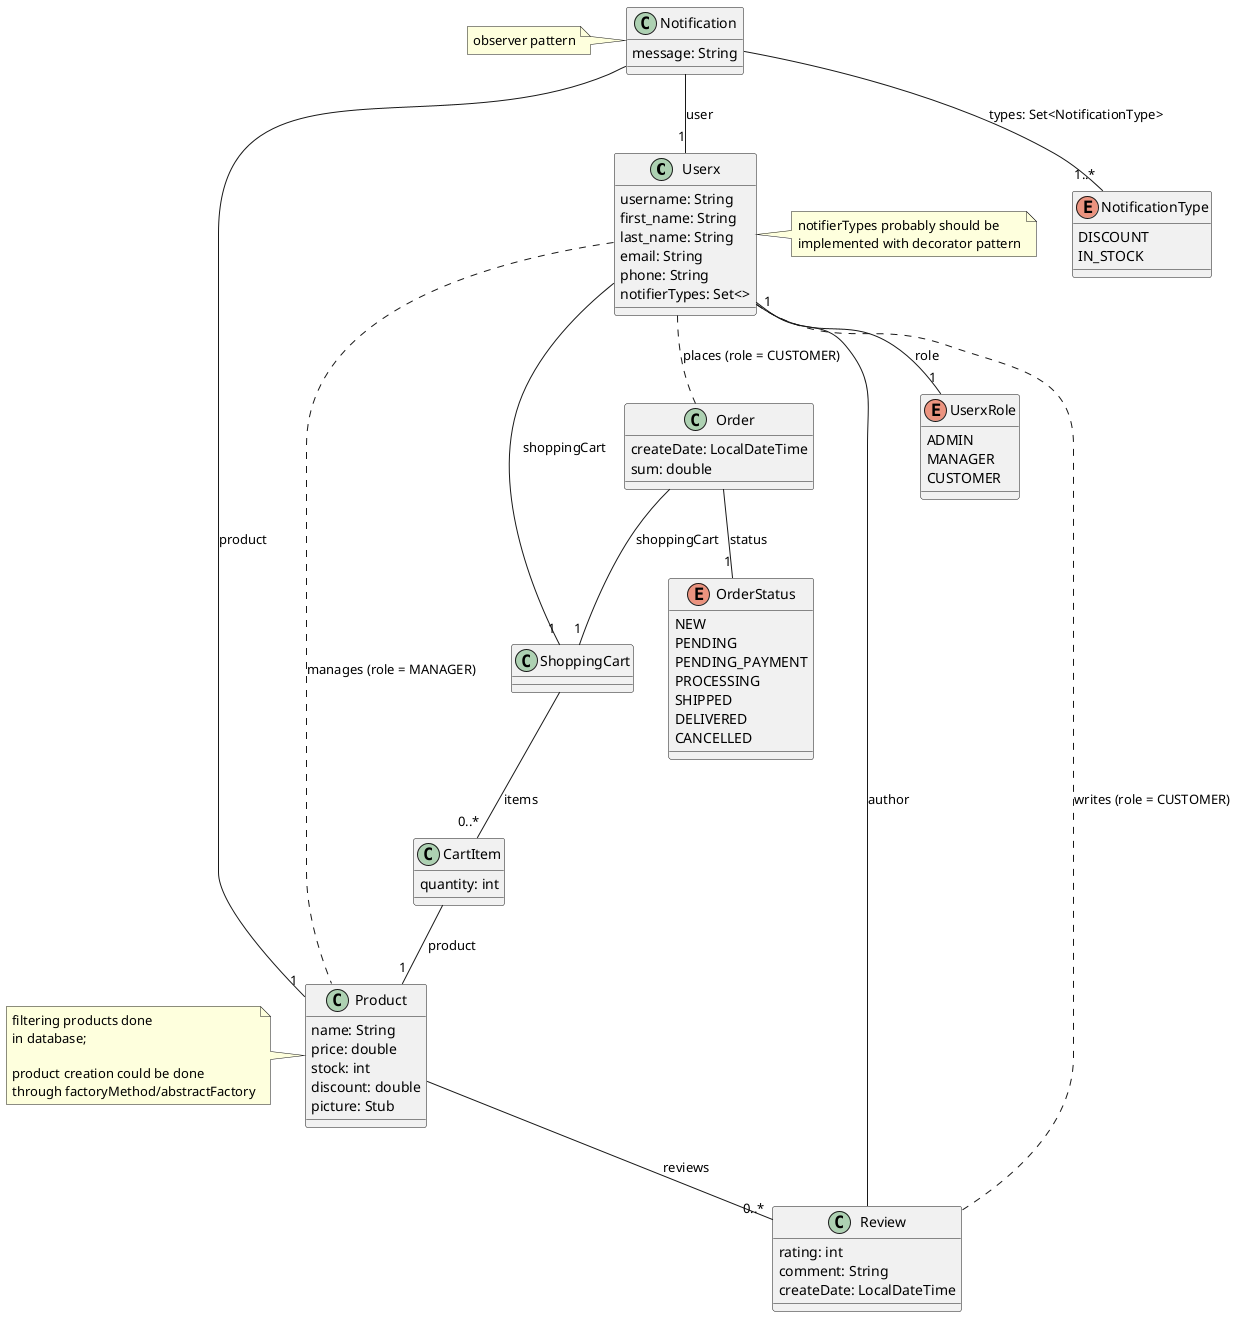
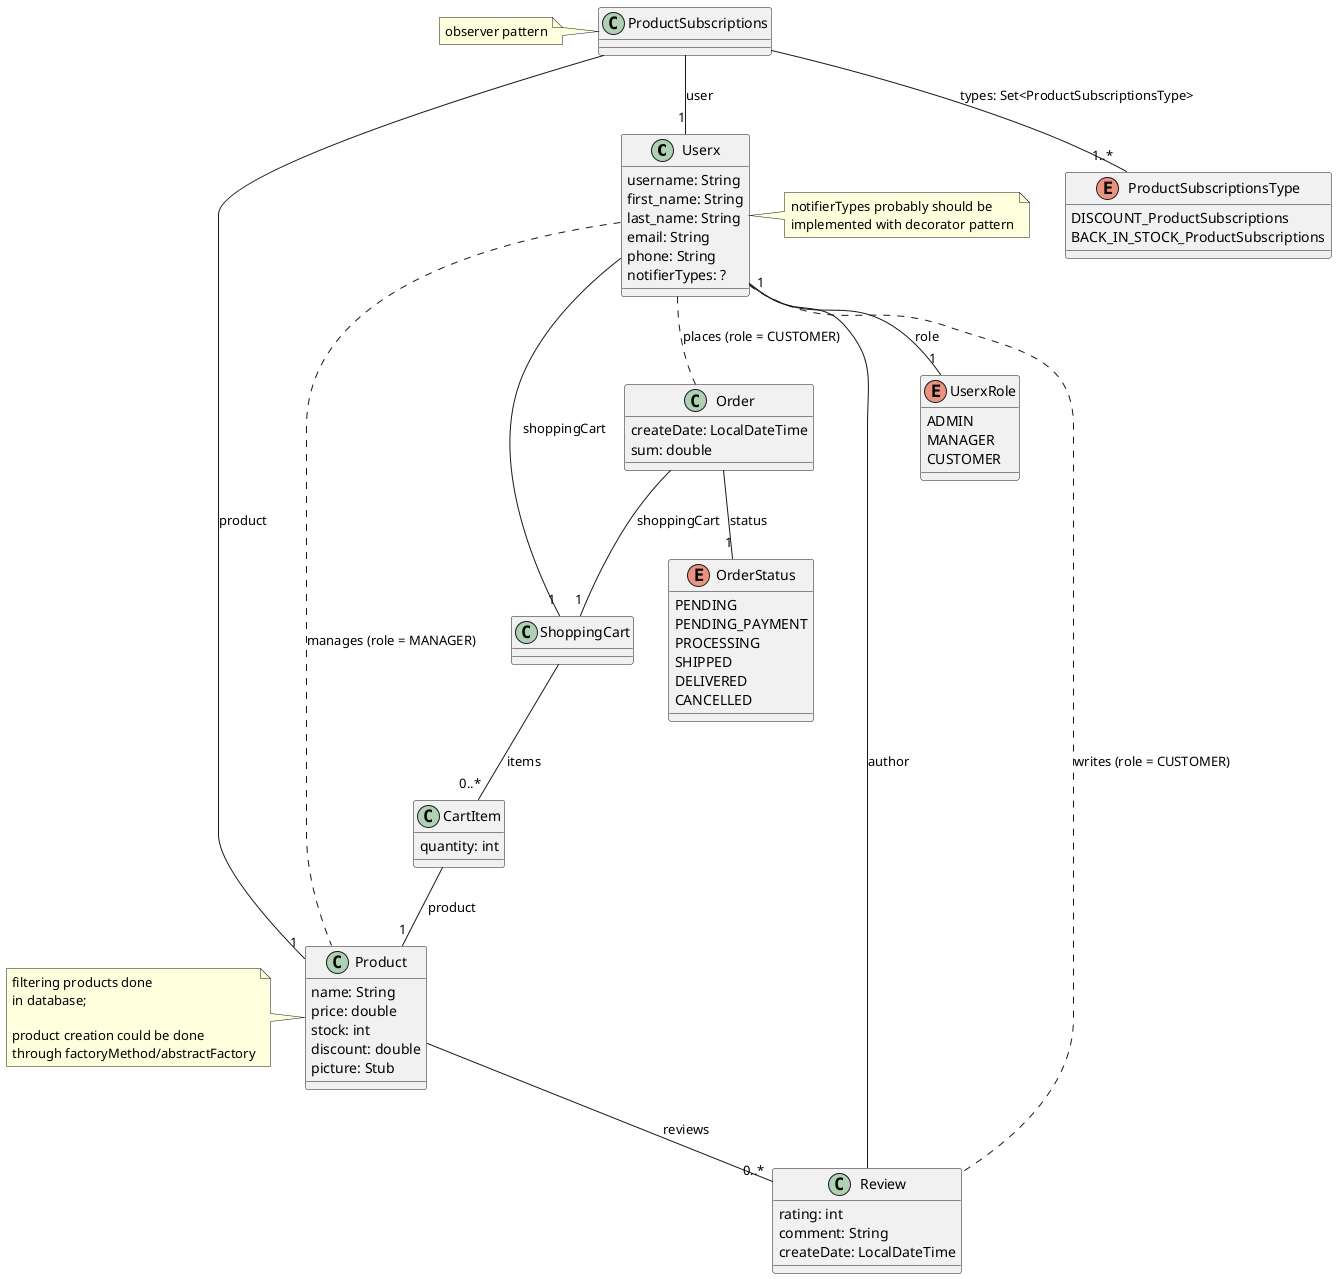
@startuml

class Userx {
    username: String
    first_name: String
    last_name: String
    email: String
    phone: String
-     notifierTypes: Set<>
+     notifierTypes: ?
}
note right
    notifierTypes probably should be
    implemented with decorator pattern
end note

enum UserxRole {
    ADMIN
    MANAGER
    CUSTOMER
}

class Product {
    name: String
    price: double
    stock: int
    discount: double /'in interval [0, 1] 0 -> 0%, 1 -> 100% discount'/
    picture: Stub
}
note left
    filtering products done
    in database;

    product creation could be done
    through factoryMethod/abstractFactory
end note

class Review {
    rating: int /'in interval [1, 5]'/
    comment: String
    createDate: LocalDateTime
}

class ShoppingCart {
}

class CartItem {
  quantity: int
}

class Order {
    createDate: LocalDateTime
    sum: double
}

enum OrderStatus {
-     NEW
    PENDING
    PENDING_PAYMENT
    PROCESSING
    SHIPPED
    DELIVERED
    CANCELLED
}

- class Notification {
-     message: String
+ class ProductSubscriptions {
}
note left
    observer pattern
end note

- enum NotificationType {
-     DISCOUNT
-     IN_STOCK
+ enum ProductSubscriptionsType {
+     DISCOUNT_ProductSubscriptions
+     BACK_IN_STOCK_ProductSubscriptions
}

'associations:
Userx -- "1" UserxRole: role
Userx -- "1" ShoppingCart: shoppingCart

Userx .. Review: writes (role = CUSTOMER)
Userx .. Order: places (role = CUSTOMER)
Userx .. Product: manages (role = MANAGER)

Review -- "1" Userx: author

Product -- "0..*" Review: reviews

ShoppingCart -- "0..*" CartItem: items
CartItem -- "1" Product: product

Order -- "1" OrderStatus: status
Order -- "1" ShoppingCart: shoppingCart

- Notification -- "1" Userx: user
- Notification -- "1" Product: product
- Notification -- "1..*" NotificationType: types: Set<NotificationType>
+ ProductSubscriptions -- "1" Userx: user
+ ProductSubscriptions -- "1" Product: product
+ ProductSubscriptions -- "1..*" ProductSubscriptionsType: types: Set<ProductSubscriptionsType>

@enduml